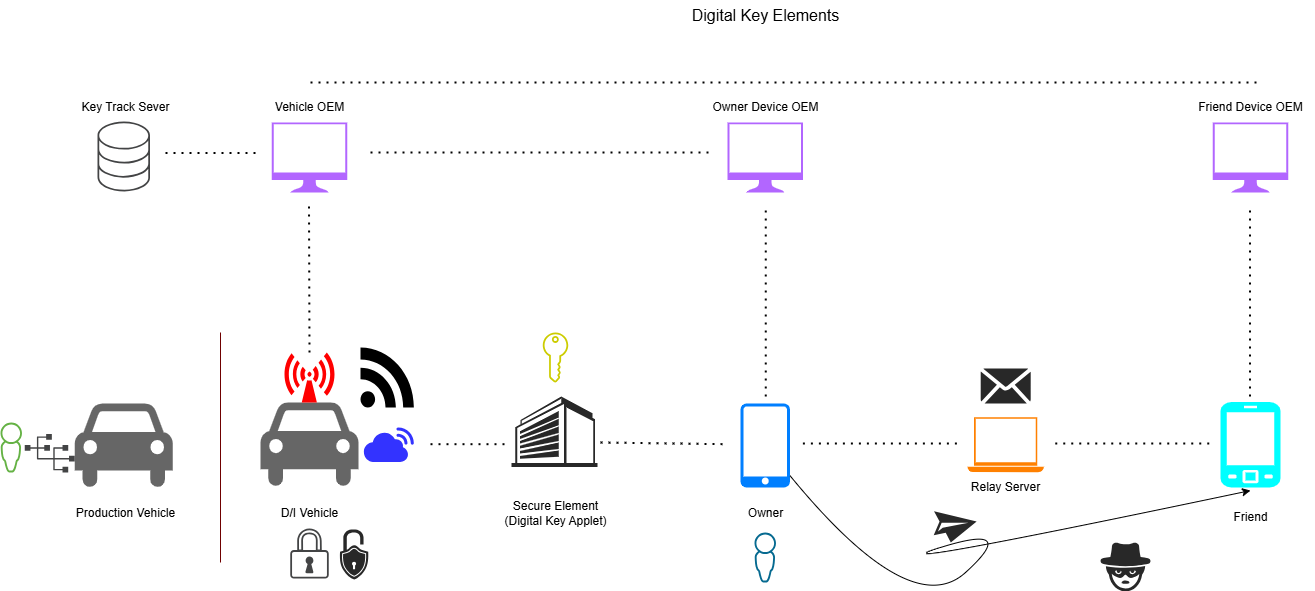
Before: SystemFramework.drawio.png, a diagram exported from draw.io (LaurenHsu31/DKC). Source tidied: cells renumbered, new cells last; positions are measured from the earlier drawing's top-left corner, leaving out a move shared by most shapes.
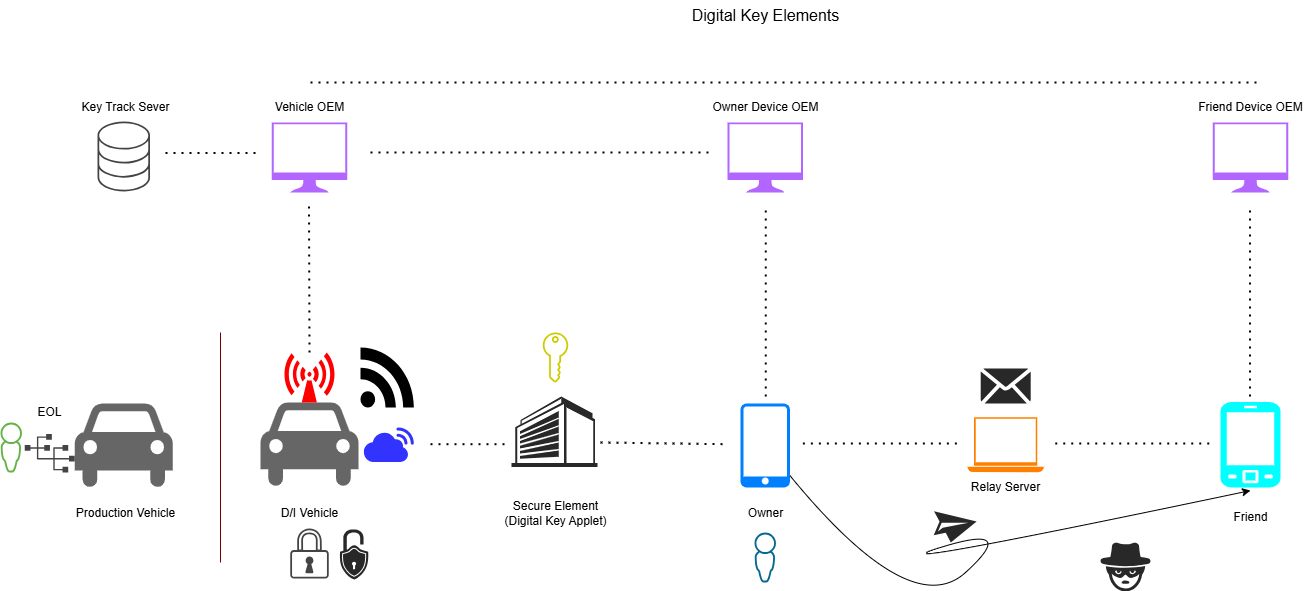
Later version of the same file.

Change to the diagram source:
```diff
@@ -179,5 +179,8 @@
     <mxCell id="46" value="Production Vehicle" style="text;html=1;align=center;verticalAlign=middle;strokeColor=none;fillColor=none;" parent="1" vertex="1">
       <mxGeometry x="65" y="498" width="120" height="30" as="geometry" />
     </mxCell>
+    <mxCell id="47" value="EOL" style="text;html=1;align=center;verticalAlign=middle;strokeColor=none;fillColor=none;" parent="1" vertex="1">
+      <mxGeometry x="24.2" y="397" width="50" height="30" as="geometry" />
+    </mxCell>
   </root>
 </mxGraphModel>
```
